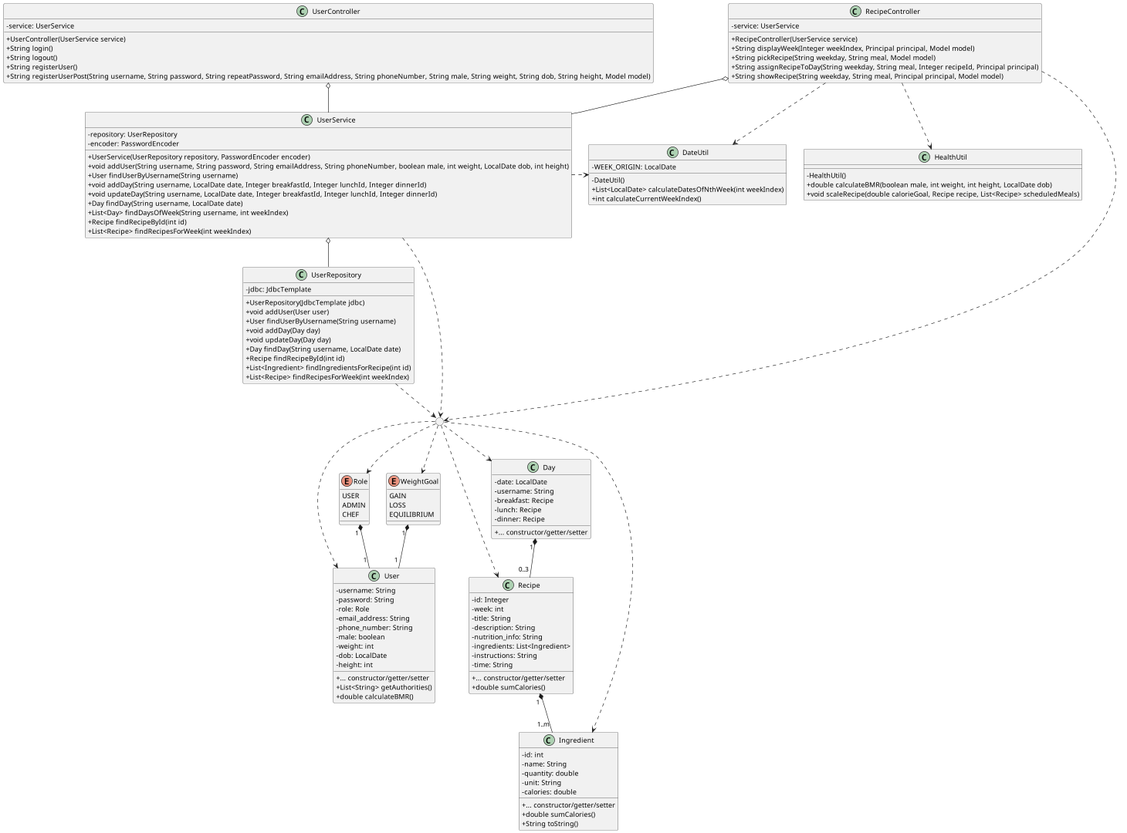
Earlier version of the PlantUML export diagram/class-diagram.png (sofush/kostplan).
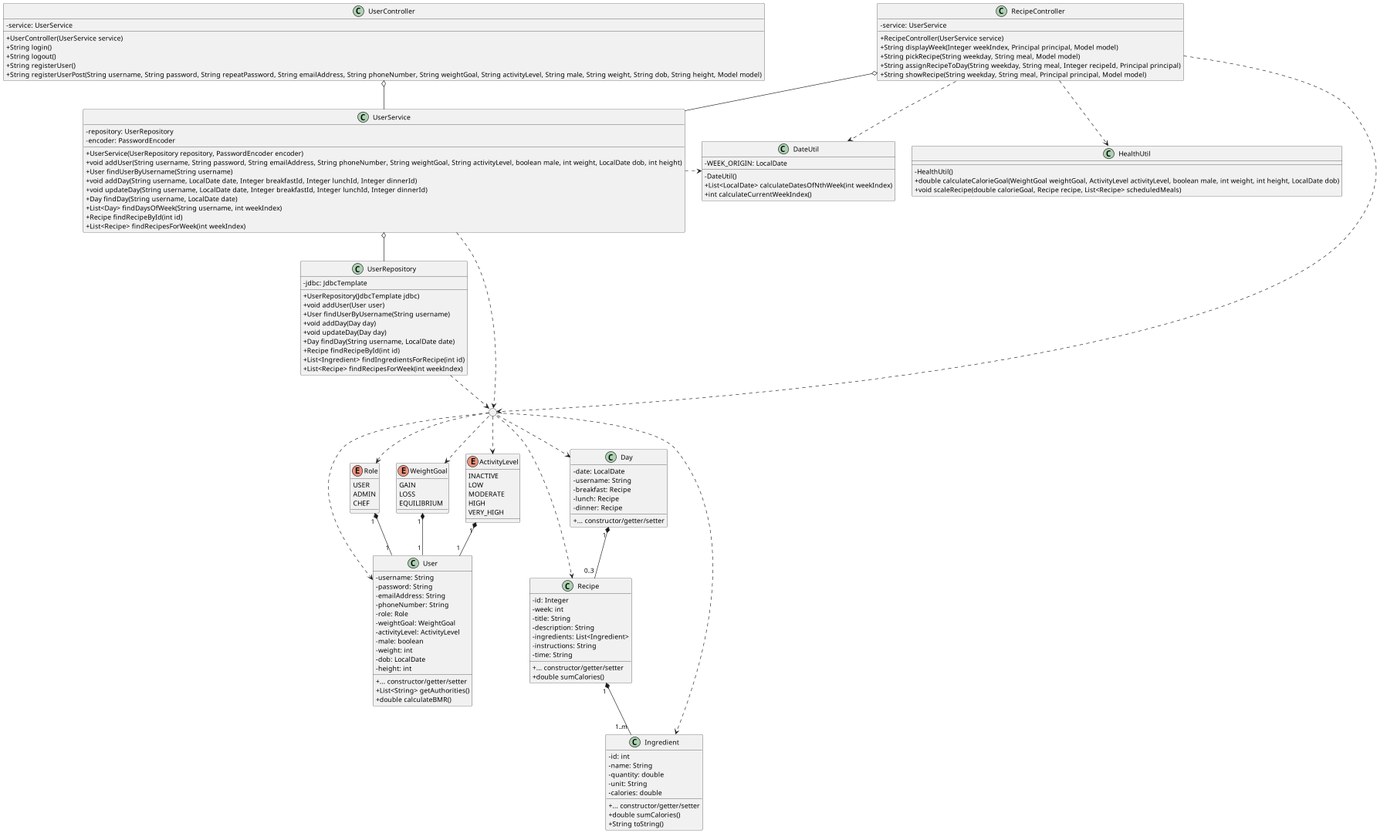
Later version of the same file.

The edit, as a diff of the source:
```diff
@@ -11,12 +11,21 @@
 	LOSS
 	EQUILIBRIUM
 }
+enum ActivityLevel {
+	INACTIVE
+	LOW
+	MODERATE
+	HIGH
+	VERY_HIGH
+}
 class User {
 	- username: String
 	- password: String
+	- emailAddress: String
+	- phoneNumber: String
 	- role: Role
-	- email_address: String
-	- phone_number: String
+	- weightGoal: WeightGoal
+	- activityLevel: ActivityLevel
 	- male: boolean
 	- weight: int
 	- dob: LocalDate
@@ -38,7 +47,6 @@
 	- week: int
 	- title: String
 	- description: String
-	- nutrition_info: String
 	- ingredients: List<Ingredient>
 	- instructions: String
 	- time: String
@@ -61,7 +69,7 @@
 	+ String login()
 	+ String logout()
 	+ String registerUser()
-	+ String registerUserPost(String username, String password, String repeatPassword, String emailAddress, String phoneNumber, String male, String weight, String dob, String height, Model model)
+	+ String registerUserPost(String username, String password, String repeatPassword, String emailAddress, String phoneNumber, String weightGoal, String activityLevel, String male, String weight, String dob, String height, Model model)
 }
 class RecipeController {
 	- service: UserService
@@ -75,7 +83,7 @@
 	- repository: UserRepository
 	- encoder: PasswordEncoder
 	+ UserService(UserRepository repository, PasswordEncoder encoder)
-	+ void addUser(String username, String password, String emailAddress, String phoneNumber, boolean male, int weight, LocalDate dob, int height)
+	+ void addUser(String username, String password, String emailAddress, String phoneNumber, String weightGoal, String activityLevel, boolean male, int weight, LocalDate dob, int height)
 	+ User findUserByUsername(String username)
 	+ void addDay(String username, LocalDate date, Integer breakfastId, Integer lunchId, Integer dinnerId)
 	+ void updateDay(String username, LocalDate date, Integer breakfastId, Integer lunchId, Integer dinnerId)
@@ -98,7 +106,7 @@
 }
 class HealthUtil {
 	- HealthUtil()
-	+ double calculateBMR(boolean male, int weight, int height, LocalDate dob)
+	+ double calculateCalorieGoal(WeightGoal weightGoal, ActivityLevel activityLevel, boolean male, int weight, int height, LocalDate dob)
 	+ void scaleRecipe(double calorieGoal, Recipe recipe, List<Recipe> scheduledMeals)
 }
 class DateUtil {
@@ -121,11 +129,13 @@
 entities ..> User
 entities ..> Role
 entities ..> WeightGoal
+entities ..> ActivityLevel
 entities ..> Day
 entities ..> Recipe
 entities ..> Ingredient
 Role " 1 " *-- " 1 " User
 WeightGoal " 1 " *-- " 1 " User
+ActivityLevel " 1 " *-- " 1 " User
 Day " 1 " *-- " 0..3 " Recipe
 Recipe " 1 " *-- " 1..m " Ingredient
 RecipeController ..> entities
```
